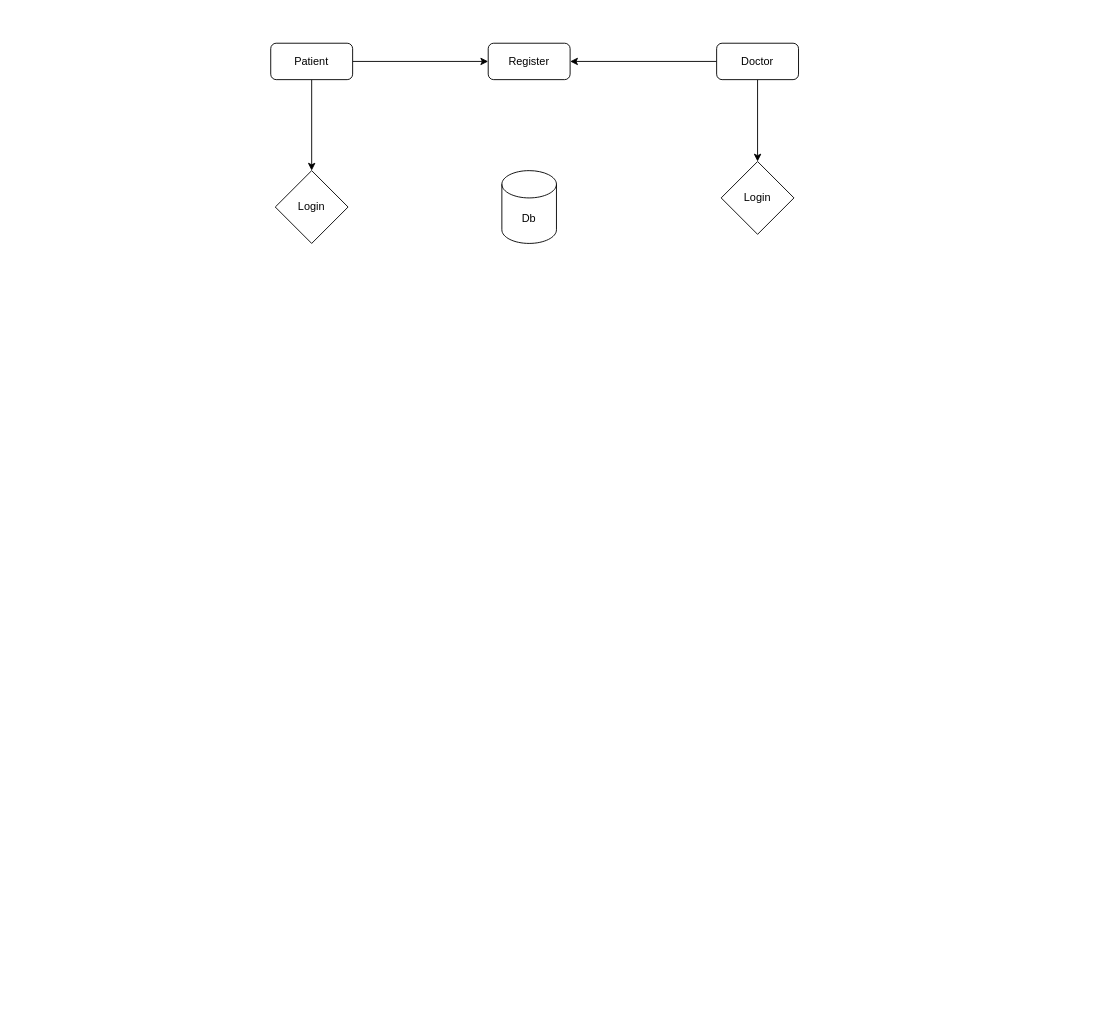
This is page "arch" (5 of 5) of STQA.drawio from MohitBurkule/doctorconnect, a draw.io file, before an edit. Source tidied: cells renumbered, new cells numbered last; positions are measured from the earlier drawing's top-left corner, leaving out a move shared by most shapes. Both pictures are drawn from the tidied source at 91%, with x=0, y=0 at pixel (270, 43).
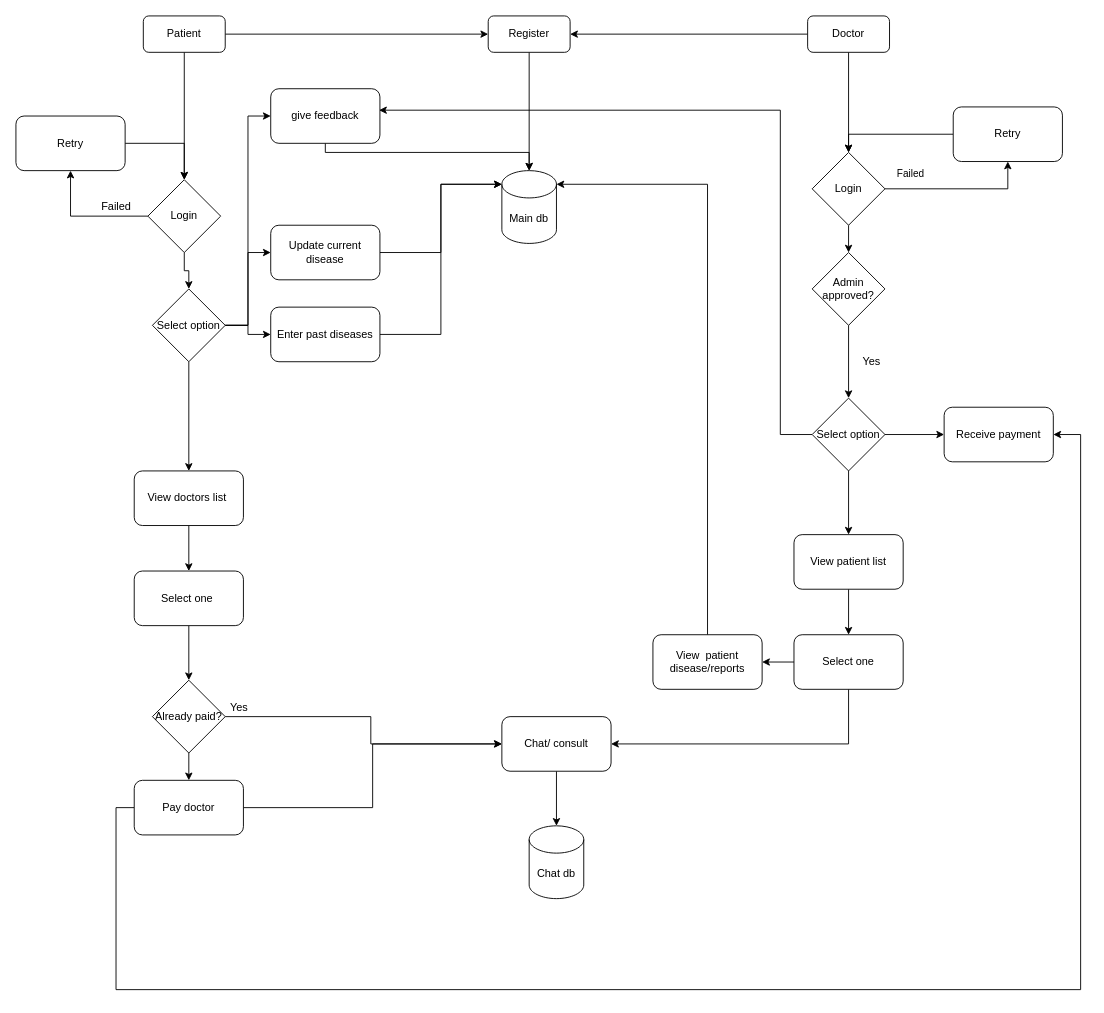
After the change.

Change to the diagram source:
```diff
@@
-    <mxCell id="2" value="Db" style="shape=cylinder3;whiteSpace=wrap;html=1;boundedLbl=1;backgroundOutline=1;size=15;" parent="1" vertex="1">
+    <mxCell id="2" value="Main db" style="shape=cylinder3;whiteSpace=wrap;html=1;boundedLbl=1;backgroundOutline=1;size=15;" parent="1" vertex="1">
       <mxGeometry x="254" y="140" width="60" height="80" as="geometry" />
     </mxCell>
@@
     <mxCell id="5" value="Patient" style="rounded=1;whiteSpace=wrap;html=1;" parent="1" vertex="1">
-      <mxGeometry width="90" height="40" as="geometry" />
+      <mxGeometry x="-140" y="-30" width="90" height="40" as="geometry" />
     </mxCell>
+    <mxCell id="12" style="edgeStyle=orthogonalEdgeStyle;rounded=0;jettySize=auto;html=1;exitX=0.5;exitY=1;exitDx=0;exitDy=0;entryX=0.5;entryY=0;entryDx=0;entryDy=0;entryPerimeter=0;" parent="1" edge="1" source="6" target="2">
+      <mxGeometry relative="1" as="geometry" />
+    </mxCell>
     <mxCell id="6" value="Register" style="rounded=1;whiteSpace=wrap;html=1;" parent="1" vertex="1">
-      <mxGeometry x="239" width="90" height="40" as="geometry" />
+      <mxGeometry x="239" y="-30" width="90" height="40" as="geometry" />
     </mxCell>
@@
     <mxCell id="9" value="Doctor" style="rounded=1;whiteSpace=wrap;html=1;" parent="1" vertex="1">
-      <mxGeometry x="490" width="90" height="40" as="geometry" />
+      <mxGeometry x="590" y="-30" width="90" height="40" as="geometry" />
     </mxCell>
+    <mxCell id="13" style="edgeStyle=orthogonalEdgeStyle;rounded=0;jettySize=auto;html=1;exitX=0;exitY=0.5;exitDx=0;exitDy=0;entryX=0.5;entryY=1;entryDx=0;entryDy=0;" parent="1" edge="1" source="10" target="36">
+      <mxGeometry relative="1" as="geometry" />
+    </mxCell>
+    <mxCell id="14" style="edgeStyle=orthogonalEdgeStyle;rounded=0;jettySize=auto;html=1;exitX=0.5;exitY=1;exitDx=0;exitDy=0;entryX=0.5;entryY=0;entryDx=0;entryDy=0;" parent="1" edge="1" source="10" target="42">
+      <mxGeometry relative="1" as="geometry" />
+    </mxCell>
     <mxCell id="10" value="Login" style="rhombus;whiteSpace=wrap;html=1;" parent="1" vertex="1">
-      <mxGeometry x="5" y="140" width="80" height="80" as="geometry" />
+      <mxGeometry x="-135" y="150" width="80" height="80" as="geometry" />
     </mxCell>
+    <mxCell id="15" style="edgeStyle=orthogonalEdgeStyle;rounded=0;jettySize=auto;html=1;exitX=1;exitY=0.5;exitDx=0;exitDy=0;entryX=0.5;entryY=1;entryDx=0;entryDy=0;" parent="1" edge="1" source="11" target="47">
+      <mxGeometry relative="1" as="geometry" />
+    </mxCell>
+    <mxCell id="16" value="Failed" style="edgeLabel;html=1;align=center;verticalAlign=middle;" parent="15" vertex="1">
+      <mxGeometry x="0.85" y="108" relative="1" as="geometry" />
+    </mxCell>
+    <mxCell id="17" style="edgeStyle=orthogonalEdgeStyle;rounded=0;jettySize=auto;html=1;exitX=0.5;exitY=1;exitDx=0;exitDy=0;entryX=0.5;entryY=0;entryDx=0;entryDy=0;" parent="1" edge="1" source="11" target="61">
+      <mxGeometry relative="1" as="geometry" />
+    </mxCell>
     <mxCell id="11" value="Login" style="rhombus;whiteSpace=wrap;html=1;" parent="1" vertex="1">
-      <mxGeometry x="495" y="130" width="80" height="80" as="geometry" />
+      <mxGeometry x="595" y="120" width="80" height="80" as="geometry" />
     </mxCell>
+    <mxCell id="18" style="edgeStyle=orthogonalEdgeStyle;rounded=0;jettySize=auto;html=1;exitX=0.5;exitY=1;exitDx=0;exitDy=0;entryX=0.5;entryY=0;entryDx=0;entryDy=0;entryPerimeter=0;" parent="1" edge="1" source="19" target="2">
+      <mxGeometry relative="1" as="geometry">
+        <Array as="points">
+          <mxPoint x="60" y="120" />
+          <mxPoint x="284" y="120" />
+        </Array>
+      </mxGeometry>
+    </mxCell>
+    <mxCell id="19" value="give feedback" style="rounded=1;whiteSpace=wrap;html=1;" parent="1" vertex="1">
+      <mxGeometry y="50" width="120" height="60" as="geometry" />
+    </mxCell>
+    <mxCell id="20" style="edgeStyle=orthogonalEdgeStyle;rounded=0;jettySize=auto;html=1;exitX=0.5;exitY=1;exitDx=0;exitDy=0;entryX=0.5;entryY=0;entryDx=0;entryDy=0;" parent="1" edge="1" source="21" target="23">
+      <mxGeometry relative="1" as="geometry" />
+    </mxCell>
+    <mxCell id="21" value="View doctors list&amp;nbsp;" style="rounded=1;whiteSpace=wrap;html=1;" parent="1" vertex="1">
+      <mxGeometry x="-150" y="470" width="120" height="60" as="geometry" />
+    </mxCell>
+    <mxCell id="22" style="edgeStyle=orthogonalEdgeStyle;rounded=0;jettySize=auto;html=1;exitX=0.5;exitY=1;exitDx=0;exitDy=0;entryX=0.5;entryY=0;entryDx=0;entryDy=0;" parent="1" edge="1" source="23" target="26">
+      <mxGeometry relative="1" as="geometry" />
+    </mxCell>
+    <mxCell id="23" value="Select one&amp;nbsp;" style="rounded=1;whiteSpace=wrap;html=1;" parent="1" vertex="1">
+      <mxGeometry x="-150" y="580" width="120" height="60" as="geometry" />
+    </mxCell>
+    <mxCell id="24" style="edgeStyle=orthogonalEdgeStyle;rounded=0;jettySize=auto;html=1;exitX=1;exitY=0.5;exitDx=0;exitDy=0;entryX=0;entryY=0.5;entryDx=0;entryDy=0;" parent="1" edge="1" source="26" target="28">
+      <mxGeometry relative="1" as="geometry">
+        <Array as="points">
+          <mxPoint x="110" y="740" />
+          <mxPoint x="110" y="770" />
+        </Array>
+      </mxGeometry>
+    </mxCell>
+    <mxCell id="25" style="edgeStyle=orthogonalEdgeStyle;rounded=0;jettySize=auto;html=1;exitX=0.5;exitY=1;exitDx=0;exitDy=0;entryX=0.5;entryY=0;entryDx=0;entryDy=0;" parent="1" edge="1" source="26" target="32">
+      <mxGeometry relative="1" as="geometry" />
+    </mxCell>
+    <mxCell id="26" value="Already paid?" style="rhombus;whiteSpace=wrap;html=1;" parent="1" vertex="1">
+      <mxGeometry x="-130" y="700" width="80" height="80" as="geometry" />
+    </mxCell>
+    <mxCell id="27" style="edgeStyle=orthogonalEdgeStyle;rounded=0;jettySize=auto;html=1;exitX=0.5;exitY=1;exitDx=0;exitDy=0;" parent="1" edge="1" source="28" target="45">
+      <mxGeometry relative="1" as="geometry" />
+    </mxCell>
+    <mxCell id="28" value="Chat/ consult" style="rounded=1;whiteSpace=wrap;html=1;" parent="1" vertex="1">
+      <mxGeometry x="254" y="740" width="120" height="60" as="geometry" />
+    </mxCell>
+    <mxCell id="29" value="Yes" style="text;html=1;align=center;verticalAlign=middle;" parent="1" vertex="1">
+      <mxGeometry x="-50" y="720" width="30" height="20" as="geometry" />
+    </mxCell>
+    <mxCell id="30" style="edgeStyle=orthogonalEdgeStyle;rounded=0;jettySize=auto;html=1;exitX=1;exitY=0.5;exitDx=0;exitDy=0;entryX=0;entryY=0.5;entryDx=0;entryDy=0;" parent="1" edge="1" source="32" target="28">
+      <mxGeometry relative="1" as="geometry" />
+    </mxCell>
+    <mxCell id="31" style="edgeStyle=orthogonalEdgeStyle;rounded=0;jettySize=auto;html=1;exitX=0;exitY=0.5;exitDx=0;exitDy=0;entryX=1;entryY=0.5;entryDx=0;entryDy=0;" parent="1" edge="1" source="32" target="59">
+      <mxGeometry relative="1" as="geometry">
+        <Array as="points">
+          <mxPoint x="-170" y="840" />
+          <mxPoint x="-170" y="1040" />
+          <mxPoint x="890" y="1040" />
+          <mxPoint x="890" y="430" />
+        </Array>
+      </mxGeometry>
+    </mxCell>
+    <mxCell id="32" value="Pay doctor" style="rounded=1;whiteSpace=wrap;html=1;" parent="1" vertex="1">
+      <mxGeometry x="-150" y="810" width="120" height="60" as="geometry" />
+    </mxCell>
+    <mxCell id="33" style="edgeStyle=orthogonalEdgeStyle;rounded=0;jettySize=auto;html=1;entryX=0;entryY=0;entryDx=0;entryDy=15;entryPerimeter=0;" parent="1" edge="1" source="34" target="2">
+      <mxGeometry relative="1" as="geometry" />
+    </mxCell>
+    <mxCell id="34" value="Update current disease" style="rounded=1;whiteSpace=wrap;html=1;" parent="1" vertex="1">
+      <mxGeometry y="200" width="120" height="60" as="geometry" />
+    </mxCell>
+    <mxCell id="35" style="edgeStyle=orthogonalEdgeStyle;rounded=0;jettySize=auto;html=1;exitX=1;exitY=0.5;exitDx=0;exitDy=0;entryX=0.5;entryY=0;entryDx=0;entryDy=0;" parent="1" edge="1" source="36" target="10">
+      <mxGeometry relative="1" as="geometry" />
+    </mxCell>
+    <mxCell id="36" value="Retry" style="rounded=1;whiteSpace=wrap;html=1;" parent="1" vertex="1">
+      <mxGeometry x="-280" y="80" width="120" height="60" as="geometry" />
+    </mxCell>
+    <mxCell id="37" value="Failed" style="text;html=1;align=center;verticalAlign=middle;" parent="1" vertex="1">
+      <mxGeometry x="-195" y="170" width="50" height="20" as="geometry" />
+    </mxCell>
+    <mxCell id="38" style="edgeStyle=orthogonalEdgeStyle;rounded=0;jettySize=auto;html=1;exitX=0.5;exitY=1;exitDx=0;exitDy=0;" parent="1" edge="1" source="42" target="21">
+      <mxGeometry relative="1" as="geometry" />
+    </mxCell>
+    <mxCell id="39" style="edgeStyle=orthogonalEdgeStyle;rounded=0;jettySize=auto;html=1;exitX=1;exitY=0.5;exitDx=0;exitDy=0;entryX=0;entryY=0.5;entryDx=0;entryDy=0;" parent="1" edge="1" source="42" target="19">
+      <mxGeometry relative="1" as="geometry" />
+    </mxCell>
+    <mxCell id="40" style="edgeStyle=orthogonalEdgeStyle;rounded=0;jettySize=auto;html=1;exitX=1;exitY=0.5;exitDx=0;exitDy=0;entryX=0;entryY=0.5;entryDx=0;entryDy=0;" parent="1" edge="1" source="42" target="34">
+      <mxGeometry relative="1" as="geometry" />
+    </mxCell>
+    <mxCell id="41" style="edgeStyle=orthogonalEdgeStyle;rounded=0;jettySize=auto;html=1;exitX=1;exitY=0.5;exitDx=0;exitDy=0;entryX=0;entryY=0.5;entryDx=0;entryDy=0;" parent="1" edge="1" source="42" target="44">
+      <mxGeometry relative="1" as="geometry" />
+    </mxCell>
+    <mxCell id="42" value="Select option" style="rhombus;whiteSpace=wrap;html=1;" parent="1" vertex="1">
+      <mxGeometry x="-130" y="270" width="80" height="80" as="geometry" />
+    </mxCell>
+    <mxCell id="43" style="edgeStyle=orthogonalEdgeStyle;rounded=0;jettySize=auto;html=1;entryX=0;entryY=0;entryDx=0;entryDy=15;entryPerimeter=0;" parent="1" edge="1" source="44" target="2">
+      <mxGeometry relative="1" as="geometry" />
+    </mxCell>
+    <mxCell id="44" value="Enter past diseases" style="rounded=1;whiteSpace=wrap;html=1;" parent="1" vertex="1">
+      <mxGeometry y="290" width="120" height="60" as="geometry" />
+    </mxCell>
+    <mxCell id="45" value="Chat db" style="shape=cylinder3;whiteSpace=wrap;html=1;boundedLbl=1;backgroundOutline=1;size=15;" parent="1" vertex="1">
+      <mxGeometry x="284" y="860" width="60" height="80" as="geometry" />
+    </mxCell>
+    <mxCell id="46" style="edgeStyle=orthogonalEdgeStyle;rounded=0;jettySize=auto;html=1;exitX=0;exitY=0.5;exitDx=0;exitDy=0;entryX=0.5;entryY=0;entryDx=0;entryDy=0;" parent="1" edge="1" source="47" target="11">
+      <mxGeometry relative="1" as="geometry" />
+    </mxCell>
+    <mxCell id="47" value="Retry" style="rounded=1;whiteSpace=wrap;html=1;" parent="1" vertex="1">
+      <mxGeometry x="750" y="70" width="120" height="60" as="geometry" />
+    </mxCell>
+    <mxCell id="48" style="edgeStyle=orthogonalEdgeStyle;rounded=0;jettySize=auto;html=1;exitX=0;exitY=0.5;exitDx=0;exitDy=0;entryX=0.992;entryY=0.393;entryDx=0;entryDy=0;entryPerimeter=0;" parent="1" edge="1" source="51" target="19">
+      <mxGeometry relative="1" as="geometry">
+        <Array as="points">
+          <mxPoint x="560" y="430" />
+          <mxPoint x="560" y="74" />
+        </Array>
+      </mxGeometry>
+    </mxCell>
+    <mxCell id="49" style="edgeStyle=orthogonalEdgeStyle;rounded=0;jettySize=auto;html=1;exitX=0.5;exitY=1;exitDx=0;exitDy=0;entryX=0.5;entryY=0;entryDx=0;entryDy=0;" parent="1" edge="1" source="51" target="53">
+      <mxGeometry relative="1" as="geometry" />
+    </mxCell>
+    <mxCell id="50" style="edgeStyle=orthogonalEdgeStyle;rounded=0;jettySize=auto;html=1;exitX=1;exitY=0.5;exitDx=0;exitDy=0;entryX=0;entryY=0.5;entryDx=0;entryDy=0;" parent="1" edge="1" source="51" target="59">
+      <mxGeometry relative="1" as="geometry" />
+    </mxCell>
+    <mxCell id="51" value="Select option" style="rhombus;whiteSpace=wrap;html=1;" parent="1" vertex="1">
+      <mxGeometry x="595" y="390" width="80" height="80" as="geometry" />
+    </mxCell>
+    <mxCell id="52" style="edgeStyle=orthogonalEdgeStyle;rounded=0;jettySize=auto;html=1;exitX=0.5;exitY=1;exitDx=0;exitDy=0;entryX=0.5;entryY=0;entryDx=0;entryDy=0;" parent="1" edge="1" source="53" target="56">
+      <mxGeometry relative="1" as="geometry" />
+    </mxCell>
+    <mxCell id="53" value="View patient list" style="rounded=1;whiteSpace=wrap;html=1;" parent="1" vertex="1">
+      <mxGeometry x="575" y="540" width="120" height="60" as="geometry" />
+    </mxCell>
+    <mxCell id="54" style="edgeStyle=orthogonalEdgeStyle;rounded=0;jettySize=auto;html=1;exitX=0.5;exitY=1;exitDx=0;exitDy=0;entryX=1;entryY=0.5;entryDx=0;entryDy=0;" parent="1" edge="1" source="56" target="28">
+      <mxGeometry relative="1" as="geometry" />
+    </mxCell>
+    <mxCell id="55" style="edgeStyle=orthogonalEdgeStyle;rounded=0;jettySize=auto;html=1;exitX=0;exitY=0.5;exitDx=0;exitDy=0;entryX=1;entryY=0.5;entryDx=0;entryDy=0;" parent="1" edge="1" source="56" target="58">
+      <mxGeometry relative="1" as="geometry" />
+    </mxCell>
+    <mxCell id="56" value="Select one" style="rounded=1;whiteSpace=wrap;html=1;" parent="1" vertex="1">
+      <mxGeometry x="575" y="650" width="120" height="60" as="geometry" />
+    </mxCell>
+    <mxCell id="57" style="edgeStyle=orthogonalEdgeStyle;rounded=0;jettySize=auto;html=1;exitX=0.5;exitY=0;exitDx=0;exitDy=0;entryX=1;entryY=0;entryDx=0;entryDy=15;entryPerimeter=0;" parent="1" edge="1" source="58" target="2">
+      <mxGeometry relative="1" as="geometry" />
+    </mxCell>
+    <mxCell id="58" value="View&amp;nbsp; patient disease/reports" style="rounded=1;whiteSpace=wrap;html=1;" parent="1" vertex="1">
+      <mxGeometry x="420" y="650" width="120" height="60" as="geometry" />
+    </mxCell>
+    <mxCell id="59" value="Receive payment" style="rounded=1;whiteSpace=wrap;html=1;" parent="1" vertex="1">
+      <mxGeometry x="740" y="400" width="120" height="60" as="geometry" />
+    </mxCell>
+    <mxCell id="60" style="edgeStyle=orthogonalEdgeStyle;rounded=0;jettySize=auto;html=1;exitX=0.5;exitY=1;exitDx=0;exitDy=0;" parent="1" edge="1" source="61" target="51">
+      <mxGeometry relative="1" as="geometry" />
+    </mxCell>
+    <mxCell id="61" value="Admin approved?" style="rhombus;whiteSpace=wrap;html=1;" parent="1" vertex="1">
+      <mxGeometry x="595" y="230" width="80" height="80" as="geometry" />
+    </mxCell>
+    <mxCell id="62" value="Yes" style="text;html=1;align=center;verticalAlign=middle;" parent="1" vertex="1">
+      <mxGeometry x="645" y="340" width="30" height="20" as="geometry" />
+    </mxCell>
```
